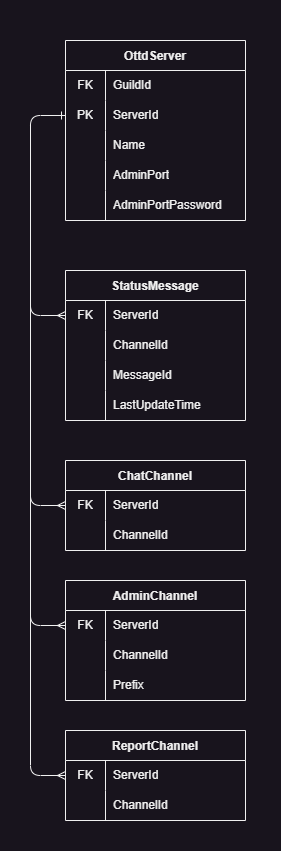
Above: docs/database.drawio.png in shoter/OpenttdDiscord (draw.io), before the change. Source tidied: cells renumbered, new cells last; positions are measured from the earlier drawing's top-left corner, leaving out a move shared by most shapes.
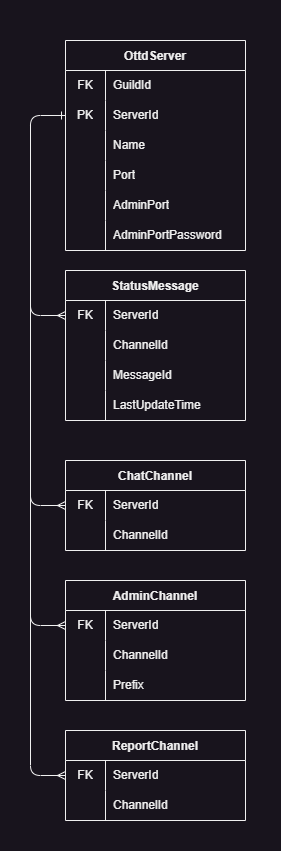
The same file after the commit.

Commit message:
docs: add Port to OttdServer

The edit, as a diff of the source:
```diff
@@ -6,7 +6,7 @@
       <mxGeometry width="280" height="850" as="geometry" />
     </mxCell>
     <mxCell id="3" value="OttdServer" style="shape=table;startSize=30;rowLines=0;fontStyle=1;fontColor=#F0F0F0;strokeColor=#F0F0F0;fillColor=#18141D;" parent="1" vertex="1">
-      <mxGeometry x="65" y="40" width="180" height="180" as="geometry" />
+      <mxGeometry x="65" y="40" width="180" height="210" as="geometry" />
     </mxCell>
     <mxCell id="4" style="shape=tableRow;horizontal=0;startSize=0;swimlaneHead=0;swimlaneBody=0;top=0;left=0;bottom=0;right=0;fillColor=none;fontColor=#F0F0F0;strokeColor=#F0F0F0;" parent="3" vertex="1">
       <mxGeometry y="30" width="180" height="30" as="geometry" />
@@ -35,8 +35,17 @@
     <mxCell id="12" value="Name" style="shape=partialRectangle;html=1;whiteSpace=wrap;fillColor=none;top=0;left=0;bottom=0;right=0;align=left;spacingLeft=6;overflow=hidden;fontColor=#F0F0F0;strokeColor=#F0F0F0;" parent="10" vertex="1">
       <mxGeometry x="40" width="140" height="30" as="geometry" />
     </mxCell>
+    <mxCell id="60" style="shape=tableRow;horizontal=0;startSize=0;swimlaneHead=0;swimlaneBody=0;top=0;left=0;bottom=0;right=0;fillColor=none;fontColor=#F0F0F0;strokeColor=#F0F0F0;" parent="3" vertex="1">
+      <mxGeometry y="120" width="180" height="30" as="geometry" />
+    </mxCell>
+    <mxCell id="61" style="shape=partialRectangle;html=1;whiteSpace=wrap;fillColor=none;top=0;left=0;bottom=0;right=0;overflow=hidden;fontColor=#F0F0F0;strokeColor=#F0F0F0;" parent="60" vertex="1">
+      <mxGeometry width="40" height="30" as="geometry" />
+    </mxCell>
+    <mxCell id="62" value="Port" style="shape=partialRectangle;html=1;whiteSpace=wrap;fillColor=none;top=0;left=0;bottom=0;right=0;align=left;spacingLeft=6;overflow=hidden;fontColor=#F0F0F0;strokeColor=#F0F0F0;" parent="60" vertex="1">
+      <mxGeometry x="40" width="140" height="30" as="geometry" />
+    </mxCell>
     <mxCell id="13" style="shape=tableRow;horizontal=0;startSize=0;swimlaneHead=0;swimlaneBody=0;top=0;left=0;bottom=0;right=0;fillColor=none;fontColor=#F0F0F0;strokeColor=#F0F0F0;" parent="3" vertex="1">
-      <mxGeometry y="120" width="180" height="30" as="geometry" />
+      <mxGeometry y="150" width="180" height="30" as="geometry" />
     </mxCell>
     <mxCell id="14" style="shape=partialRectangle;html=1;whiteSpace=wrap;fillColor=none;top=0;left=0;bottom=0;right=0;overflow=hidden;fontColor=#F0F0F0;strokeColor=#F0F0F0;" parent="13" vertex="1">
       <mxGeometry width="40" height="30" as="geometry" />
@@ -45,7 +54,7 @@
       <mxGeometry x="40" width="140" height="30" as="geometry" />
     </mxCell>
     <mxCell id="16" style="shape=tableRow;horizontal=0;startSize=0;swimlaneHead=0;swimlaneBody=0;top=0;left=0;bottom=0;right=0;fillColor=none;fontColor=#F0F0F0;strokeColor=#F0F0F0;" parent="3" vertex="1">
-      <mxGeometry y="150" width="180" height="30" as="geometry" />
+      <mxGeometry y="180" width="180" height="30" as="geometry" />
     </mxCell>
     <mxCell id="17" style="shape=partialRectangle;html=1;whiteSpace=wrap;fillColor=none;top=0;left=0;bottom=0;right=0;overflow=hidden;fontColor=#F0F0F0;strokeColor=#F0F0F0;" parent="16" vertex="1">
       <mxGeometry width="40" height="30" as="geometry" />
```
